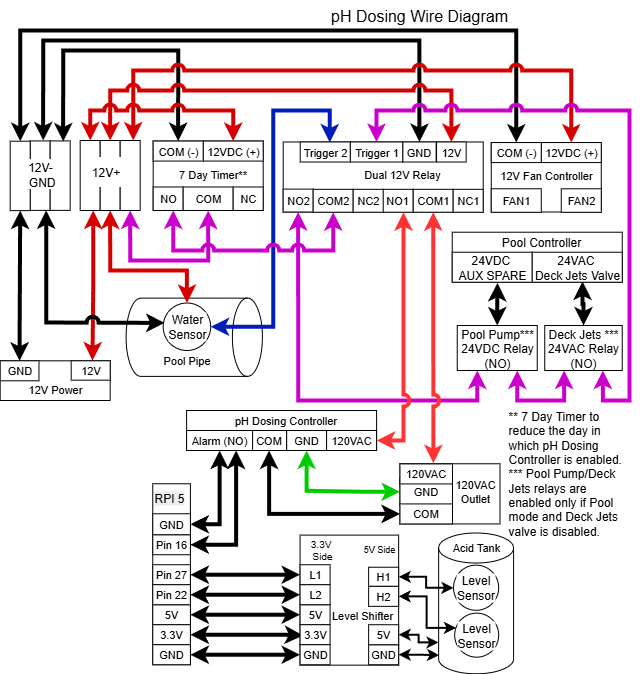
Earlier version of the draw.io export misc/ph-dosing-wire-diagram.drawio.png (locnho/chem-feeder-mqtt). Source tidied: cells renumbered, new cells last; positions are measured from the earlier drawing's top-left corner, leaving out a move shared by most shapes.
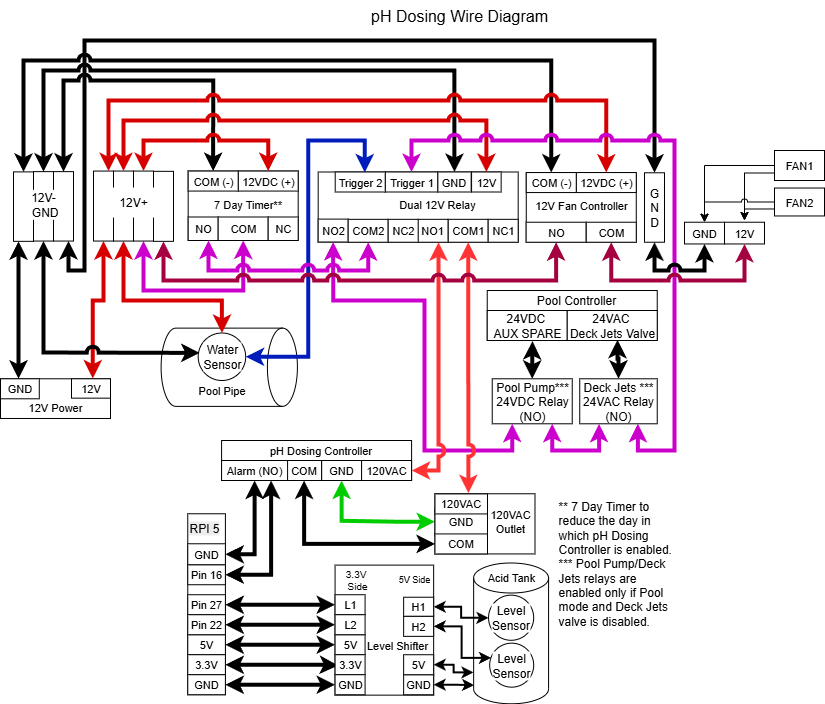
After the commit.

Change to the diagram source:
```diff
@@ -4,12 +4,4 @@
     <mxCell id="1" parent="0" />
-    <mxCell id="2" style="edgeStyle=orthogonalEdgeStyle;shape=connector;rounded=0;jettySize=auto;html=1;entryX=0.5;entryY=0;entryDx=0;entryDy=0;strokeColor=default;strokeWidth=4;align=center;verticalAlign=middle;fontFamily=Helvetica;fontSize=11;fontColor=default;labelBackgroundColor=default;endArrow=classic;startArrow=classic;startFill=1;" parent="1" edge="1" source="114" target="111">
-      <mxGeometry relative="1" as="geometry">
-        <Array as="points">
-          <mxPoint x="20.7" y="30" />
-          <mxPoint x="515.7" y="30" />
-        </Array>
-      </mxGeometry>
-    </mxCell>
     <mxCell id="3" style="rounded=0;whiteSpace=wrap;html=1;fontFamily=Helvetica;fontSize=11;fontColor=default;labelBackgroundColor=default;" parent="1" vertex="1">
-      <mxGeometry x="-0.3" y="360.3" width="110" height="39.7" as="geometry" />
+      <mxGeometry x="-35" y="348.3" width="110" height="39.7" as="geometry" />
     </mxCell>
@@ -34,3 +26,3 @@
     <mxCell id="10" style="rounded=0;whiteSpace=wrap;html=1;" parent="1" vertex="1">
-      <mxGeometry x="451.7" y="231.7" width="170" height="50" as="geometry" />
+      <mxGeometry x="451.7" y="260" width="170" height="50" as="geometry" />
     </mxCell>
@@ -43,3 +35,3 @@
     <mxCell id="13" value="Deck Jets ***&lt;div&gt;24VAC Relay&lt;/div&gt;&lt;div&gt;(NO)&lt;/div&gt;" style="rounded=0;whiteSpace=wrap;html=1;" parent="1" vertex="1">
-      <mxGeometry x="544.2" y="325" width="77.5" height="45" as="geometry" />
+      <mxGeometry x="544.2" y="348.3" width="77.5" height="45" as="geometry" />
     </mxCell>
@@ -51,4 +43,4 @@
         <Array as="points">
-          <mxPoint x="516.7" y="400" />
-          <mxPoint x="563.7" y="400" />
+          <mxPoint x="517" y="420" />
+          <mxPoint x="564" y="420" />
         </Array>
@@ -57,12 +49,12 @@
     <mxCell id="16" value="Pool Pump***&lt;div&gt;24VDC Relay&lt;/div&gt;&lt;div&gt;(NO)&lt;/div&gt;" style="rounded=0;whiteSpace=wrap;html=1;" parent="1" vertex="1">
-      <mxGeometry x="456.7" y="325" width="80" height="45" as="geometry" />
+      <mxGeometry x="456.7" y="348.3" width="80" height="45" as="geometry" />
     </mxCell>
     <mxCell id="17" value="24VDC&amp;nbsp;&lt;div&gt;AUX SPARE&lt;/div&gt;" style="rounded=0;whiteSpace=wrap;html=1;" parent="1" vertex="1">
-      <mxGeometry x="451.7" y="251.7" width="80" height="30" as="geometry" />
+      <mxGeometry x="451.7" y="280" width="80" height="30" as="geometry" />
     </mxCell>
     <mxCell id="18" value="24VAC&amp;nbsp;&lt;div&gt;Deck Jets Valve&lt;/div&gt;" style="rounded=0;whiteSpace=wrap;html=1;" parent="1" vertex="1">
-      <mxGeometry x="531.7" y="251.7" width="90" height="30" as="geometry" />
+      <mxGeometry x="531.7" y="280" width="90" height="30" as="geometry" />
     </mxCell>
     <mxCell id="19" value="Pool Controller" style="text;html=1;align=center;verticalAlign=middle;whiteSpace=wrap;rounded=0;" parent="1" vertex="1">
-      <mxGeometry x="490.6" y="231.7" width="100" height="20" as="geometry" />
+      <mxGeometry x="490.6" y="260" width="100" height="20" as="geometry" />
     </mxCell>
@@ -221,4 +213,4 @@
         <Array as="points">
-          <mxPoint x="109.7" y="270" />
-          <mxPoint x="186.7" y="270" />
+          <mxPoint x="88" y="270" />
+          <mxPoint x="186" y="270" />
         </Array>
@@ -245,6 +237,6 @@
     <mxCell id="72" value="&lt;div&gt;** 7 Day Timer to reduce the day in which pH Dosing Controller is enabled.&lt;/div&gt;&lt;div&gt;*** Pool Pump/Deck Jets relays are enabled only if Pool mode and Deck Jets valve is disabled.&lt;/div&gt;" style="text;html=1;align=left;verticalAlign=middle;whiteSpace=wrap;rounded=0;fontFamily=Helvetica;fontSize=12;fontColor=default;labelBackgroundColor=default;" parent="1" vertex="1">
-      <mxGeometry x="505.6" y="403.4" width="123.4" height="140" as="geometry" />
+      <mxGeometry x="521.3" y="463.3" width="123.4" height="140" as="geometry" />
     </mxCell>
     <mxCell id="73" value="pH Dosing Wire Diagram" style="text;html=1;align=center;verticalAlign=middle;whiteSpace=wrap;rounded=0;fontFamily=Helvetica;fontSize=16;fontColor=default;labelBackgroundColor=default;" parent="1" vertex="1">
-      <mxGeometry x="298.9" width="240" height="30" as="geometry" />
+      <mxGeometry x="304.4" y="-30" width="240" height="30" as="geometry" />
     </mxCell>
@@ -259,4 +251,4 @@
         <Array as="points">
-          <mxPoint x="129.7" y="260" />
-          <mxPoint x="207.7" y="260" />
+          <mxPoint x="108" y="260" />
+          <mxPoint x="208" y="260" />
         </Array>
@@ -306,4 +298,6 @@
         <Array as="points">
-          <mxPoint x="298" y="400" />
-          <mxPoint x="477" y="400" />
+          <mxPoint x="298" y="270" />
+          <mxPoint x="389" y="270" />
+          <mxPoint x="389" y="420" />
+          <mxPoint x="477" y="420" />
         </Array>
@@ -312,6 +306,16 @@
     <mxCell id="89" style="rounded=0;whiteSpace=wrap;html=1;" parent="1" vertex="1">
-      <mxGeometry x="29.7" y="140.4" width="20" height="69.4" as="geometry" />
+      <mxGeometry x="-2" y="141.1" width="20" height="69.4" as="geometry" />
     </mxCell>
+    <mxCell id="121" style="edgeStyle=orthogonalEdgeStyle;rounded=0;jettySize=auto;html=1;entryX=0.5;entryY=0;entryDx=0;entryDy=0;startArrow=classic;startFill=1;strokeWidth=4;exitX=0.75;exitY=1;exitDx=0;exitDy=0;" parent="1" edge="1" source="90" target="125">
+      <mxGeometry relative="1" as="geometry">
+        <Array as="points">
+          <mxPoint x="33" y="240" />
+          <mxPoint x="49" y="240" />
+          <mxPoint x="49" y="10" />
+          <mxPoint x="619" y="10" />
+        </Array>
+      </mxGeometry>
+    </mxCell>
     <mxCell id="90" style="rounded=0;whiteSpace=wrap;html=1;" parent="1" vertex="1">
-      <mxGeometry x="49.7" y="140.4" width="20" height="69.4" as="geometry" />
+      <mxGeometry x="18" y="141.1" width="20" height="69.4" as="geometry" />
     </mxCell>
@@ -320,4 +324,4 @@
         <Array as="points">
-          <mxPoint x="92.7" y="290" />
-          <mxPoint x="91.7" y="290" />
+          <mxPoint x="68" y="270" />
+          <mxPoint x="57" y="270" />
         </Array>
@@ -326,12 +330,12 @@
     <mxCell id="92" style="rounded=0;whiteSpace=wrap;html=1;" parent="1" vertex="1">
-      <mxGeometry x="79.7" y="140" width="20" height="70" as="geometry" />
+      <mxGeometry x="58" y="140.6" width="20" height="70" as="geometry" />
     </mxCell>
     <mxCell id="93" style="rounded=0;whiteSpace=wrap;html=1;" parent="1" vertex="1">
-      <mxGeometry x="99.7" y="140" width="20" height="70" as="geometry" />
+      <mxGeometry x="78" y="140.6" width="20" height="70" as="geometry" />
     </mxCell>
-    <mxCell id="94" style="edgeStyle=orthogonalEdgeStyle;rounded=0;jettySize=auto;html=1;entryX=0.5;entryY=1;entryDx=0;entryDy=0;strokeWidth=4;startArrow=classic;startFill=1;exitX=0.5;exitY=0;exitDx=0;exitDy=0;" parent="1" edge="1" source="95" target="114">
+    <mxCell id="94" style="edgeStyle=orthogonalEdgeStyle;rounded=0;jettySize=auto;html=1;entryX=0.25;entryY=1;entryDx=0;entryDy=0;strokeWidth=4;startArrow=classic;startFill=1;" parent="1" edge="1" source="95" target="114">
       <mxGeometry relative="1" as="geometry">
         <Array as="points">
-          <mxPoint x="19.7" y="340" />
-          <mxPoint x="19.7" y="340" />
+          <mxPoint x="-17" y="330" />
+          <mxPoint x="-17" y="330" />
         </Array>
@@ -340,9 +344,9 @@
     <mxCell id="95" value="GND" style="rounded=0;whiteSpace=wrap;html=1;fontFamily=Helvetica;fontSize=11;fontColor=default;labelBackgroundColor=default;" parent="1" vertex="1">
-      <mxGeometry x="-0.3" y="360.3" width="38.8" height="20" as="geometry" />
+      <mxGeometry x="-35" y="348.3" width="38.8" height="20" as="geometry" />
     </mxCell>
     <mxCell id="96" value="12V" style="rounded=0;whiteSpace=wrap;html=1;fontFamily=Helvetica;fontSize=11;fontColor=default;labelBackgroundColor=default;" parent="1" vertex="1">
-      <mxGeometry x="70.7" y="360.3" width="39" height="19.4" as="geometry" />
+      <mxGeometry x="36" y="348.3" width="39" height="19.4" as="geometry" />
     </mxCell>
     <mxCell id="97" value="&lt;span style=&quot;color: rgb(0, 0, 0); font-family: Helvetica; font-size: 11px; font-style: normal; font-variant-ligatures: normal; font-variant-caps: normal; font-weight: 400; letter-spacing: normal; orphans: 2; text-align: center; text-indent: 0px; text-transform: none; widows: 2; word-spacing: 0px; -webkit-text-stroke-width: 0px; white-space: normal; background-color: rgb(255, 255, 255); text-decoration-thickness: initial; text-decoration-style: initial; text-decoration-color: initial; display: inline !important; float: none;&quot;&gt;12V&amp;nbsp;&lt;/span&gt;Power" style="text;html=1;align=center;verticalAlign=middle;whiteSpace=wrap;rounded=0;fontFamily=Helvetica;fontSize=11;fontColor=default;labelBackgroundColor=default;" parent="1" vertex="1">
-      <mxGeometry x="19.7" y="380.3" width="70" height="18" as="geometry" />
+      <mxGeometry x="-15" y="368.3" width="70" height="18" as="geometry" />
     </mxCell>
@@ -355,3 +359,3 @@
     <mxCell id="100" style="rounded=0;whiteSpace=wrap;html=1;" parent="1" vertex="1">
-      <mxGeometry x="119.7" y="140" width="20" height="70" as="geometry" />
+      <mxGeometry x="98" y="140.6" width="20" height="70" as="geometry" />
     </mxCell>
@@ -360,4 +364,4 @@
         <Array as="points">
-          <mxPoint x="172.7" y="250" />
-          <mxPoint x="332.7" y="250" />
+          <mxPoint x="173" y="240" />
+          <mxPoint x="333" y="240" />
         </Array>
@@ -368,5 +372,2 @@
     </mxCell>
-    <mxCell id="103" value="12V+" style="text;html=1;align=center;verticalAlign=middle;whiteSpace=wrap;rounded=0;fillColor=default;" parent="1" vertex="1">
-      <mxGeometry x="81.2" y="156.5" width="48.5" height="30" as="geometry" />
-    </mxCell>
     <mxCell id="104" style="edgeStyle=orthogonalEdgeStyle;shape=connector;rounded=0;jettySize=auto;html=1;entryX=0.419;entryY=0.969;entryDx=0;entryDy=0;strokeColor=#000000;strokeWidth=4;align=center;verticalAlign=middle;fontFamily=Helvetica;fontSize=11;fontColor=default;labelBackgroundColor=default;startArrow=classic;startFill=1;endArrow=classic;jumpStyle=arc;entryPerimeter=0;fillColor=#1ba1e2;" parent="1" edge="1" source="89" target="57">
@@ -379,8 +380,7 @@
     </mxCell>
-    <mxCell id="105" style="edgeStyle=orthogonalEdgeStyle;rounded=0;jettySize=auto;html=1;entryX=0.5;entryY=0;entryDx=0;entryDy=0;startArrow=classic;startFill=1;strokeWidth=4;fillColor=#1ba1e2;strokeColor=#000000;jumpStyle=arc;" parent="1" edge="1" target="70">
+    <mxCell id="105" style="edgeStyle=orthogonalEdgeStyle;rounded=0;jettySize=auto;html=1;entryX=0.5;entryY=0;entryDx=0;entryDy=0;startArrow=classic;startFill=1;strokeWidth=4;fillColor=#1ba1e2;strokeColor=#000000;jumpStyle=arc;exitX=0.5;exitY=0;exitDx=0;exitDy=0;" parent="1" edge="1" source="90" target="70">
       <mxGeometry relative="1" as="geometry">
-        <mxPoint x="62.7" y="141" as="sourcePoint" />
         <Array as="points">
-          <mxPoint x="62.7" y="50" />
-          <mxPoint x="177.7" y="50" />
+          <mxPoint x="28" y="50" />
+          <mxPoint x="178" y="50" />
         </Array>
@@ -415,17 +415,18 @@
     </mxCell>
-    <mxCell id="112" value="FAN1" style="rounded=0;whiteSpace=wrap;html=1;fontFamily=Helvetica;fontSize=11;fontColor=default;labelBackgroundColor=default;" parent="1" vertex="1">
-      <mxGeometry x="490.8" y="188.3" width="50" height="23.5" as="geometry" />
-    </mxCell>
+    <mxCell id="122" style="edgeStyle=orthogonalEdgeStyle;rounded=0;jettySize=auto;html=1;exitX=0;exitY=0.75;exitDx=0;exitDy=0;" parent="1" edge="1" source="113">
+      <mxGeometry relative="1" as="geometry">
+        <mxPoint x="709" y="190" as="targetPoint" />
+      </mxGeometry>
+    </mxCell>
     <mxCell id="113" value="FAN2" style="rounded=0;whiteSpace=wrap;html=1;fontFamily=Helvetica;fontSize=11;fontColor=default;labelBackgroundColor=default;" parent="1" vertex="1">
-      <mxGeometry x="560.8" y="188.3" width="40" height="23.5" as="geometry" />
+      <mxGeometry x="739" y="157.5" width="50" height="27.9" as="geometry" />
     </mxCell>
     <mxCell id="114" style="rounded=0;whiteSpace=wrap;html=1;" parent="1" vertex="1">
-      <mxGeometry x="9.7" y="140.7" width="20" height="69.4" as="geometry" />
+      <mxGeometry x="-22" y="141.4" width="20" height="69.4" as="geometry" />
     </mxCell>
-    <mxCell id="115" style="edgeStyle=orthogonalEdgeStyle;shape=connector;rounded=0;jettySize=auto;html=1;entryX=0.5;entryY=0;entryDx=0;entryDy=0;strokeColor=#000000;strokeWidth=4;align=center;verticalAlign=middle;fontFamily=Helvetica;fontSize=11;fontColor=default;labelBackgroundColor=default;startArrow=classic;startFill=1;endArrow=classic;jumpStyle=arc;fillColor=#1ba1e2;" parent="1" edge="1" target="61">
+    <mxCell id="115" style="edgeStyle=orthogonalEdgeStyle;shape=connector;rounded=0;jettySize=auto;html=1;entryX=0.5;entryY=0;entryDx=0;entryDy=0;strokeColor=#000000;strokeWidth=4;align=center;verticalAlign=middle;fontFamily=Helvetica;fontSize=11;fontColor=default;labelBackgroundColor=default;startArrow=classic;startFill=1;endArrow=classic;jumpStyle=arc;fillColor=#1ba1e2;exitX=0.5;exitY=0;exitDx=0;exitDy=0;" parent="1" edge="1" source="89" target="61">
       <mxGeometry relative="1" as="geometry">
-        <mxPoint x="42.7" y="140" as="sourcePoint" />
         <Array as="points">
-          <mxPoint x="42.7" y="40" />
-          <mxPoint x="418.7" y="40" />
+          <mxPoint x="8" y="40" />
+          <mxPoint x="419" y="40" />
         </Array>
@@ -433,10 +434,2 @@
     </mxCell>
-    <mxCell id="116" style="edgeStyle=orthogonalEdgeStyle;shape=connector;rounded=0;jettySize=auto;html=1;entryX=0.5;entryY=0;entryDx=0;entryDy=0;strokeColor=#D70000;strokeWidth=4;align=center;verticalAlign=middle;fontFamily=Helvetica;fontSize=11;fontColor=default;labelBackgroundColor=default;endArrow=classic;startArrow=classic;startFill=1;jumpStyle=arc;" parent="1" edge="1" source="100" target="110">
-      <mxGeometry relative="1" as="geometry">
-        <Array as="points">
-          <mxPoint x="132.7" y="70" />
-          <mxPoint x="570.7" y="70" />
-        </Array>
-      </mxGeometry>
-    </mxCell>
     <mxCell id="117" style="edgeStyle=orthogonalEdgeStyle;shape=connector;rounded=0;jettySize=auto;html=1;entryX=0.5;entryY=0;entryDx=0;entryDy=0;strokeWidth=4;align=center;verticalAlign=middle;fontFamily=Helvetica;fontSize=11;fontColor=default;labelBackgroundColor=default;startArrow=classic;startFill=1;endArrow=classic;jumpStyle=arc;exitX=0.5;exitY=0;exitDx=0;exitDy=0;fillColor=#e51400;strokeColor=#D70000;" parent="1" edge="1" source="93" target="62">
@@ -444,4 +437,4 @@
         <Array as="points">
-          <mxPoint x="109.7" y="90" />
-          <mxPoint x="450.7" y="90" />
+          <mxPoint x="88" y="90" />
+          <mxPoint x="451" y="90" />
         </Array>
@@ -449,7 +442,7 @@
     </mxCell>
-    <mxCell id="118" style="edgeStyle=orthogonalEdgeStyle;shape=connector;rounded=0;jettySize=auto;html=1;entryX=0.5;entryY=0;entryDx=0;entryDy=0;strokeWidth=4;align=center;verticalAlign=middle;fontFamily=Helvetica;fontSize=11;fontColor=default;labelBackgroundColor=default;startArrow=classic;startFill=1;endArrow=classic;exitX=0.5;exitY=0;exitDx=0;exitDy=0;jumpStyle=arc;fillColor=#e51400;strokeColor=#D70000;" parent="1" edge="1" source="92" target="69">
+    <mxCell id="118" style="edgeStyle=orthogonalEdgeStyle;shape=connector;rounded=0;jettySize=auto;html=1;entryX=0.5;entryY=0;entryDx=0;entryDy=0;strokeWidth=4;align=center;verticalAlign=middle;fontFamily=Helvetica;fontSize=11;fontColor=default;labelBackgroundColor=default;startArrow=classic;startFill=1;endArrow=classic;jumpStyle=arc;fillColor=#e51400;strokeColor=#D70000;exitX=0.5;exitY=0;exitDx=0;exitDy=0;" parent="1" edge="1" source="100" target="69">
       <mxGeometry relative="1" as="geometry">
         <Array as="points">
-          <mxPoint x="89.7" y="110" />
-          <mxPoint x="232.7" y="110" />
+          <mxPoint x="108" y="110" />
+          <mxPoint x="233" y="110" />
         </Array>
@@ -458,4 +451,47 @@
     <mxCell id="119" value="12V-&amp;nbsp;&lt;span style=&quot;background-color: transparent; color: light-dark(rgb(0, 0, 0), rgb(255, 255, 255));&quot;&gt;GND&lt;/span&gt;" style="text;html=1;align=center;verticalAlign=middle;whiteSpace=wrap;rounded=0;fillColor=default;" parent="1" vertex="1">
-      <mxGeometry x="14.7" y="158.6" width="50" height="30" as="geometry" />
+      <mxGeometry x="-17" y="159.3" width="50" height="30" as="geometry" />
     </mxCell>
+    <mxCell id="123" value="NO" style="rounded=0;whiteSpace=wrap;html=1;fontFamily=Helvetica;fontSize=11;fontColor=default;labelBackgroundColor=default;" parent="1" vertex="1">
+      <mxGeometry x="490.6" y="191.7" width="60" height="20" as="geometry" />
+    </mxCell>
+    <mxCell id="124" value="COM" style="rounded=0;whiteSpace=wrap;html=1;fontFamily=Helvetica;fontSize=11;fontColor=default;labelBackgroundColor=default;" parent="1" vertex="1">
+      <mxGeometry x="550.8" y="191.7" width="50" height="20" as="geometry" />
+    </mxCell>
+    <mxCell id="125" value="G&lt;div&gt;N&lt;/div&gt;&lt;div&gt;D&lt;/div&gt;" style="rounded=0;whiteSpace=wrap;html=1;" parent="1" vertex="1">
+      <mxGeometry x="609" y="142.3" width="20" height="69.4" as="geometry" />
+    </mxCell>
+    <mxCell id="126" style="edgeStyle=orthogonalEdgeStyle;rounded=0;jettySize=auto;html=1;entryX=0.5;entryY=-0.08;entryDx=0;entryDy=0;exitX=0;exitY=0.75;exitDx=0;exitDy=0;entryPerimeter=0;" parent="1" edge="1" source="112" target="128">
+      <mxGeometry relative="1" as="geometry" />
+    </mxCell>
+    <mxCell id="112" value="FAN1" style="rounded=0;whiteSpace=wrap;html=1;fontFamily=Helvetica;fontSize=11;fontColor=default;labelBackgroundColor=default;" parent="1" vertex="1">
+      <mxGeometry x="739" y="120" width="50" height="30" as="geometry" />
+    </mxCell>
+    <mxCell id="127" value="GND" style="rounded=0;whiteSpace=wrap;html=1;fontFamily=Helvetica;fontSize=11;fontColor=default;labelBackgroundColor=default;" parent="1" vertex="1">
+      <mxGeometry x="649" y="191.7" width="40" height="21.7" as="geometry" />
+    </mxCell>
+    <mxCell id="128" value="12V" style="rounded=0;whiteSpace=wrap;html=1;fontFamily=Helvetica;fontSize=11;fontColor=default;labelBackgroundColor=default;" parent="1" vertex="1">
+      <mxGeometry x="689" y="191.7" width="40" height="21.7" as="geometry" />
+    </mxCell>
+    <mxCell id="129" style="edgeStyle=orthogonalEdgeStyle;rounded=0;jettySize=auto;html=1;" parent="1" edge="1" source="112" target="127">
+      <mxGeometry relative="1" as="geometry" />
+    </mxCell>
+    <mxCell id="130" style="edgeStyle=orthogonalEdgeStyle;rounded=0;jettySize=auto;html=1;jumpStyle=arc;" parent="1" edge="1" source="113" target="127">
+      <mxGeometry relative="1" as="geometry" />
+    </mxCell>
+    <mxCell id="2" style="edgeStyle=orthogonalEdgeStyle;shape=connector;rounded=0;jettySize=auto;html=1;entryX=0.5;entryY=0;entryDx=0;entryDy=0;strokeColor=default;strokeWidth=4;align=center;verticalAlign=middle;fontFamily=Helvetica;fontSize=11;fontColor=default;labelBackgroundColor=default;endArrow=classic;startArrow=classic;startFill=1;jumpStyle=arc;exitX=0.5;exitY=0;exitDx=0;exitDy=0;" parent="1" edge="1" source="114" target="111">
+      <mxGeometry relative="1" as="geometry">
+        <Array as="points">
+          <mxPoint x="-12" y="30" />
+          <mxPoint x="516" y="30" />
+        </Array>
+      </mxGeometry>
+    </mxCell>
+    <mxCell id="116" style="edgeStyle=orthogonalEdgeStyle;shape=connector;rounded=0;jettySize=auto;html=1;entryX=0.5;entryY=0;entryDx=0;entryDy=0;strokeColor=#D70000;strokeWidth=4;align=center;verticalAlign=middle;fontFamily=Helvetica;fontSize=11;fontColor=default;labelBackgroundColor=default;endArrow=classic;startArrow=classic;startFill=1;jumpStyle=arc;exitX=0.75;exitY=0;exitDx=0;exitDy=0;" parent="1" edge="1" source="92" target="110">
+      <mxGeometry relative="1" as="geometry">
+        <Array as="points">
+          <mxPoint x="73" y="70" />
+          <mxPoint x="571" y="70" />
+        </Array>
+      </mxGeometry>
+    </mxCell>
     <mxCell id="120" style="edgeStyle=orthogonalEdgeStyle;shape=connector;rounded=0;jettySize=auto;html=1;entryX=0.5;entryY=0;entryDx=0;entryDy=0;strokeColor=#CC00CC;strokeWidth=4;align=center;verticalAlign=middle;fontFamily=Helvetica;fontSize=11;fontColor=default;labelBackgroundColor=default;startArrow=classic;startFill=1;endArrow=classic;fillColor=#a20025;exitX=0.75;exitY=1;exitDx=0;exitDy=0;jumpStyle=arc;" parent="1" edge="1" source="13" target="63">
@@ -463,5 +499,5 @@
         <Array as="points">
-          <mxPoint x="602" y="400" />
-          <mxPoint x="629" y="400" />
-          <mxPoint x="629" y="110" />
+          <mxPoint x="602" y="420" />
+          <mxPoint x="639" y="420" />
+          <mxPoint x="639" y="110" />
           <mxPoint x="376" y="110" />
@@ -470,2 +506,32 @@
     </mxCell>
+    <mxCell id="131" style="edgeStyle=orthogonalEdgeStyle;rounded=0;jettySize=auto;html=1;entryX=0.5;entryY=1;entryDx=0;entryDy=0;exitX=0.5;exitY=1;exitDx=0;exitDy=0;strokeWidth=4;strokeColor=#A50040;jumpStyle=arc;startArrow=classic;startFill=1;fillColor=#d80073;" parent="1" edge="1" source="132" target="123">
+      <mxGeometry relative="1" as="geometry">
+        <Array as="points">
+          <mxPoint x="128" y="250" />
+          <mxPoint x="521" y="250" />
+        </Array>
+      </mxGeometry>
+    </mxCell>
+    <mxCell id="132" style="rounded=0;whiteSpace=wrap;html=1;" parent="1" vertex="1">
+      <mxGeometry x="118" y="140.8" width="20" height="70" as="geometry" />
+    </mxCell>
+    <mxCell id="103" value="12V+" style="text;html=1;align=center;verticalAlign=middle;whiteSpace=wrap;rounded=0;fillColor=default;" parent="1" vertex="1">
+      <mxGeometry x="68" y="157.1" width="60" height="30" as="geometry" />
+    </mxCell>
+    <mxCell id="133" style="edgeStyle=orthogonalEdgeStyle;rounded=0;jettySize=auto;html=1;entryX=0.5;entryY=1;entryDx=0;entryDy=0;exitX=0.5;exitY=1;exitDx=0;exitDy=0;strokeWidth=4;startArrow=classic;startFill=1;jumpStyle=arc;" parent="1" edge="1" source="127" target="125">
+      <mxGeometry relative="1" as="geometry">
+        <Array as="points">
+          <mxPoint x="669" y="240" />
+          <mxPoint x="619" y="240" />
+        </Array>
+      </mxGeometry>
+    </mxCell>
+    <mxCell id="134" style="edgeStyle=orthogonalEdgeStyle;rounded=0;jettySize=auto;html=1;entryX=0.5;entryY=1;entryDx=0;entryDy=0;exitX=0.5;exitY=1;exitDx=0;exitDy=0;strokeWidth=4;strokeColor=#A50040;startArrow=classic;startFill=1;jumpStyle=arc;fillColor=#d80073;" parent="1" edge="1" source="124" target="128">
+      <mxGeometry relative="1" as="geometry">
+        <Array as="points">
+          <mxPoint x="576" y="250" />
+          <mxPoint x="709" y="250" />
+        </Array>
+      </mxGeometry>
+    </mxCell>
   </root>
```
